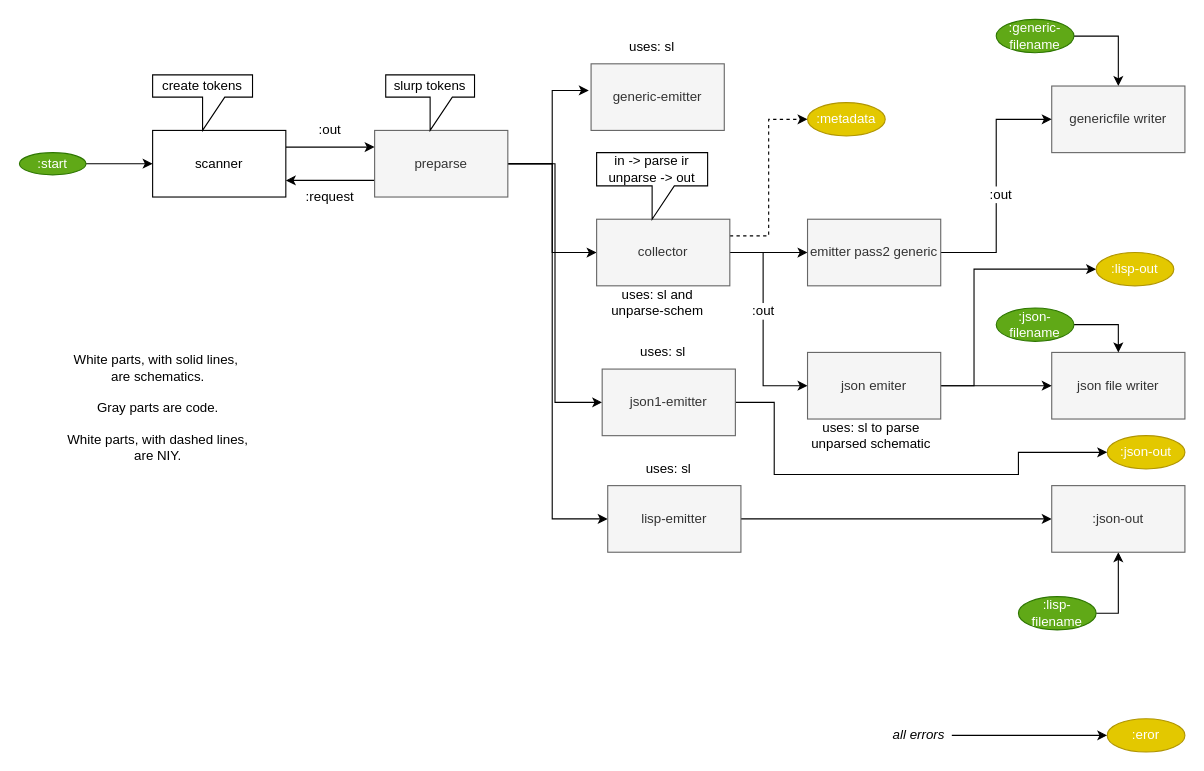
Above: page "2. back-end-parser" (5 of 7) of svg/cl-compiler/doc/V3-compiler.drawio in bmfbp/bmfbp (draw.io), before the change. Source tidied: cells renumbered, new cells numbered last; positions are measured from the earlier drawing's top-left corner, leaving out a move shared by most shapes. Both pictures are drawn from the tidied source at 111%, with x=0, y=0 at pixel (19, 19).
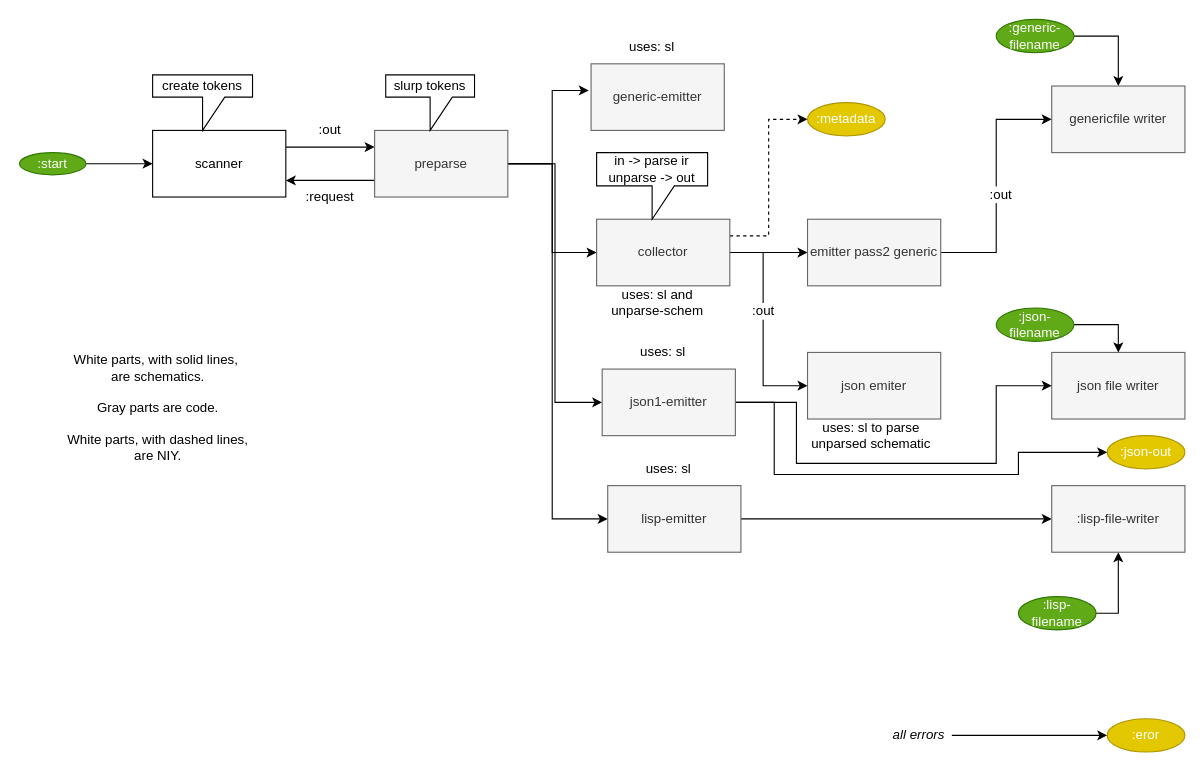
The same page after the edit.

Commit message (it also covers changes not shown here):
json1 goes to 2 places ; update diagram

Unchanged cells that the change refers to:
```xml
<mxCell id="20" value="json file writer" style="rounded=0;whiteSpace=wrap;html=1;fillColor=#f5f5f5;strokeColor=#666666;fontColor=#333333;" parent="1" vertex="1">
  <mxGeometry x="930" y="300" width="120" height="60" as="geometry" />
</mxCell>
<mxCell id="35" value="json emiter" style="rounded=0;whiteSpace=wrap;html=1;fillColor=#f5f5f5;strokeColor=#666666;fontColor=#333333;" parent="1" vertex="1">
  <mxGeometry x="710" y="300" width="120" height="60" as="geometry" />
</mxCell>
<mxCell id="48" value="json1-emitter" style="rounded=0;whiteSpace=wrap;html=1;fillColor=#f5f5f5;strokeColor=#666666;fontColor=#333333;" parent="1" vertex="1">
  <mxGeometry x="525" y="315" width="120" height="60" as="geometry" />
</mxCell>
```

Change to the diagram source:
```diff
@@
-    <mxCell id="33" style="edgeStyle=orthogonalEdgeStyle;rounded=0;jettySize=auto;html=1;exitX=1;exitY=0.5;exitDx=0;exitDy=0;entryX=0;entryY=0.5;entryDx=0;entryDy=0;" parent="1" edge="1" source="35" target="20">
-      <mxGeometry relative="1" as="geometry" />
-    </mxCell>
-    <mxCell id="34" style="edgeStyle=orthogonalEdgeStyle;rounded=0;jettySize=auto;html=1;exitX=1;exitY=0.5;exitDx=0;exitDy=0;entryX=0;entryY=0.5;entryDx=0;entryDy=0;" parent="1" edge="1" source="35" target="50">
-      <mxGeometry relative="1" as="geometry">
-        <Array as="points">
-          <mxPoint x="860" y="330" />
-          <mxPoint x="860" y="225" />
-        </Array>
-      </mxGeometry>
-    </mxCell>
@@
-    <mxCell id="36" value=":json-out" style="rounded=0;whiteSpace=wrap;html=1;fillColor=#f5f5f5;strokeColor=#666666;fontColor=#333333;" parent="1" vertex="1">
+    <mxCell id="36" value=":lisp-file-writer" style="rounded=0;whiteSpace=wrap;html=1;fillColor=#f5f5f5;strokeColor=#666666;fontColor=#333333;" parent="1" vertex="1">
       <mxGeometry x="930" y="420" width="120" height="60" as="geometry" />
     </mxCell>
@@
+    <mxCell id="54" style="edgeStyle=orthogonalEdgeStyle;rounded=0;jettySize=auto;html=1;exitX=1;exitY=0.5;exitDx=0;exitDy=0;entryX=0;entryY=0.5;entryDx=0;entryDy=0;" parent="1" edge="1" source="48" target="20">
+      <mxGeometry relative="1" as="geometry">
+        <Array as="points">
+          <mxPoint x="700" y="345" />
+          <mxPoint x="700" y="400" />
+          <mxPoint x="880" y="400" />
+          <mxPoint x="880" y="330" />
+        </Array>
+      </mxGeometry>
+    </mxCell>
@@
-    <mxCell id="50" value=":lisp-out" style="ellipse;whiteSpace=wrap;html=1;fillColor=#e3c800;strokeColor=#B09500;fontColor=#ffffff;" parent="1" vertex="1">
-      <mxGeometry x="970" y="210" width="70" height="30" as="geometry" />
-    </mxCell>
```
